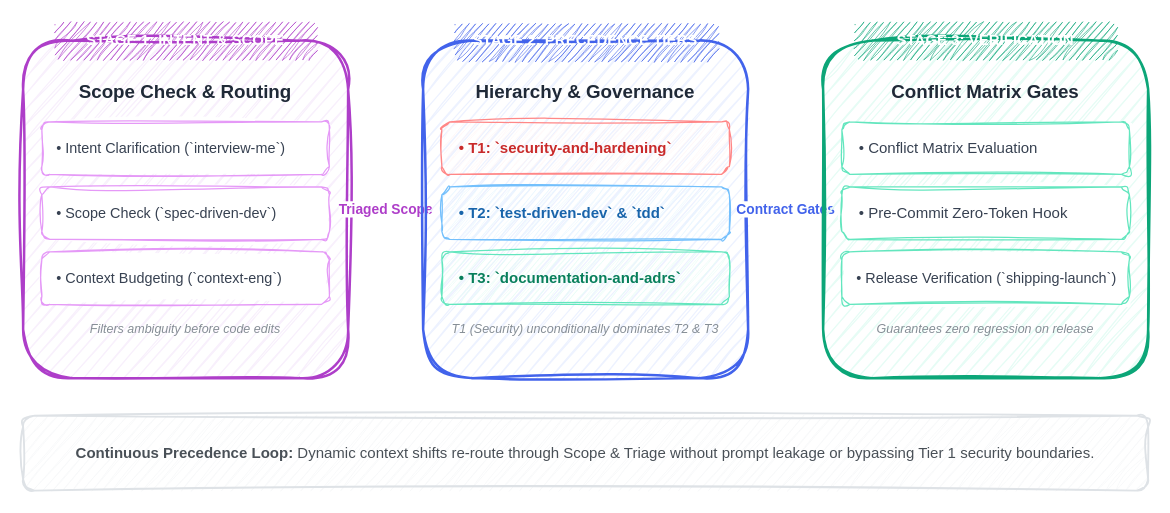
Earlier version of the draw.io diagram public/diagrams/scenario-prioritization-architecture.drawio (samuelek25k/samuelj90.github.io). Source tidied: cells renumbered, new cells numbered last; positions are measured from the earlier drawing's top-left corner, leaving out a move shared by most shapes. Both pictures are drawn from the tidied source at 125%, with x=0, y=0 at pixel (22, 21).
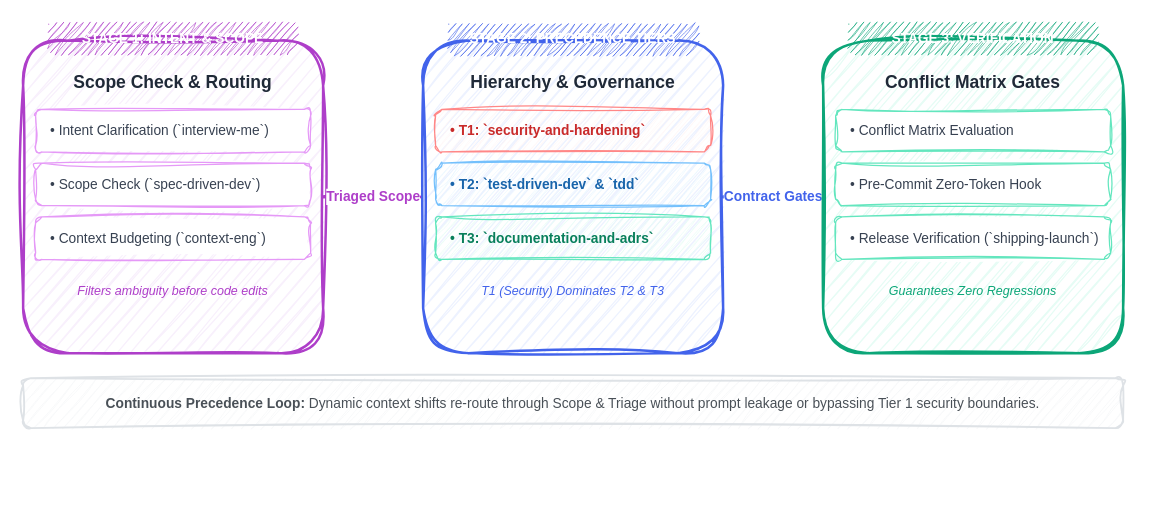
The same diagram, later.

Commit message (it also covers changes not shown here):
fix(diagrams): fix readability by standardizing aspect ratio, font sizes, and layout to 960x380 spec

The edit, as a diff of the source:
```diff
@@
     <mxCell id="2" style="rounded=1;whiteSpace=wrap;html=1;sketch=1;curveFitting=1;jiggle=2;fillColor=#f8f0fc;strokeColor=#ae3ec9;strokeWidth=2;shadow=0;" parent="1" vertex="1">
-      <mxGeometry y="15" width="260" height="270" as="geometry" />
+      <mxGeometry y="15" width="240" height="250" as="geometry" />
     </mxCell>
-    <mxCell id="3" value="STAGE 1: INTENT &amp; SCOPE" style="rounded=1;whiteSpace=wrap;html=1;sketch=1;curveFitting=1;jiggle=2;fillColor=#ae3ec9;strokeColor=none;fontColor=#ffffff;fontStyle=1;fontSize=12;fontFamily=Helvetica;" parent="1" vertex="1">
-      <mxGeometry x="25" width="210" height="30" as="geometry" />
+    <mxCell id="3" value="STAGE 1: INTENT &amp; SCOPE" style="rounded=1;whiteSpace=wrap;html=1;sketch=1;curveFitting=1;jiggle=2;fillColor=#ae3ec9;strokeColor=none;fontColor=#ffffff;fontStyle=1;fontSize=11;fontFamily=Helvetica;" parent="1" vertex="1">
+      <mxGeometry x="20" width="200" height="26" as="geometry" />
     </mxCell>
-    <mxCell id="4" value="&lt;b&gt;Scope Check &amp; Routing&lt;/b&gt;" style="text;html=1;strokeColor=none;fillColor=none;align=center;verticalAlign=middle;whiteSpace=wrap;rounded=0;fontSize=15;fontFamily=Helvetica;fontColor=#1f2937;" parent="1" vertex="1">
-      <mxGeometry x="20" y="40" width="220" height="30" as="geometry" />
+    <mxCell id="4" value="&lt;b&gt;Scope Check &amp; Routing&lt;/b&gt;" style="text;html=1;strokeColor=none;fillColor=none;align=center;verticalAlign=middle;whiteSpace=wrap;rounded=0;fontSize=14;fontFamily=Helvetica;fontColor=#1f2937;" parent="1" vertex="1">
+      <mxGeometry x="10" y="35" width="220" height="25" as="geometry" />
     </mxCell>
-    <mxCell id="5" value="• Intent Clarification (`interview-me`)" style="rounded=1;whiteSpace=wrap;html=1;sketch=1;curveFitting=1;jiggle=2;fillColor=#ffffff;strokeColor=#e599f7;fontSize=11.5;align=left;spacingLeft=10;fontFamily=Helvetica;fontColor=#374151;" parent="1" vertex="1">
-      <mxGeometry x="15" y="80" width="230" height="42" as="geometry" />
+    <mxCell id="5" value="• Intent Clarification (`interview-me`)" style="rounded=1;whiteSpace=wrap;html=1;sketch=1;curveFitting=1;jiggle=2;fillColor=#ffffff;strokeColor=#e599f7;fontSize=11;align=left;spacingLeft=10;fontFamily=Helvetica;fontColor=#374151;" parent="1" vertex="1">
+      <mxGeometry x="10" y="70" width="220" height="34" as="geometry" />
     </mxCell>
-    <mxCell id="6" value="• Scope Check (`spec-driven-dev`)" style="rounded=1;whiteSpace=wrap;html=1;sketch=1;curveFitting=1;jiggle=2;fillColor=#ffffff;strokeColor=#e599f7;fontSize=11.5;align=left;spacingLeft=10;fontFamily=Helvetica;fontColor=#374151;" parent="1" vertex="1">
-      <mxGeometry x="15" y="132" width="230" height="42" as="geometry" />
+    <mxCell id="6" value="• Scope Check (`spec-driven-dev`)" style="rounded=1;whiteSpace=wrap;html=1;sketch=1;curveFitting=1;jiggle=2;fillColor=#ffffff;strokeColor=#e599f7;fontSize=11;align=left;spacingLeft=10;fontFamily=Helvetica;fontColor=#374151;" parent="1" vertex="1">
+      <mxGeometry x="10" y="113" width="220" height="34" as="geometry" />
     </mxCell>
-    <mxCell id="7" value="• Context Budgeting (`context-eng`)" style="rounded=1;whiteSpace=wrap;html=1;sketch=1;curveFitting=1;jiggle=2;fillColor=#ffffff;strokeColor=#e599f7;fontSize=11.5;align=left;spacingLeft=10;fontFamily=Helvetica;fontColor=#374151;" parent="1" vertex="1">
-      <mxGeometry x="15" y="184" width="230" height="42" as="geometry" />
+    <mxCell id="7" value="• Context Budgeting (`context-eng`)" style="rounded=1;whiteSpace=wrap;html=1;sketch=1;curveFitting=1;jiggle=2;fillColor=#ffffff;strokeColor=#e599f7;fontSize=11;align=left;spacingLeft=10;fontFamily=Helvetica;fontColor=#374151;" parent="1" vertex="1">
+      <mxGeometry x="10" y="156" width="220" height="34" as="geometry" />
     </mxCell>
-    <mxCell id="8" value="Filters ambiguity before code edits" style="text;html=1;strokeColor=none;fillColor=none;align=center;verticalAlign=middle;whiteSpace=wrap;rounded=0;fontSize=10;fontFamily=Helvetica;fontColor=#868e96;fontStyle=2;" parent="1" vertex="1">
-      <mxGeometry x="20" y="235" width="220" height="20" as="geometry" />
+    <mxCell id="8" value="Filters ambiguity before code edits" style="text;html=1;strokeColor=none;fillColor=none;align=center;verticalAlign=middle;whiteSpace=wrap;rounded=0;fontSize=10;fontColor=#ae3ec9;fontStyle=2;fontFamily=Helvetica;" parent="1" vertex="1">
+      <mxGeometry x="10" y="205" width="220" height="20" as="geometry" />
     </mxCell>
@@
     <mxCell id="10" style="rounded=1;whiteSpace=wrap;html=1;sketch=1;curveFitting=1;jiggle=2;fillColor=#edf2ff;strokeColor=#4263eb;strokeWidth=2;shadow=0;" parent="1" vertex="1">
-      <mxGeometry x="320" y="15" width="260" height="270" as="geometry" />
+      <mxGeometry x="320" y="15" width="240" height="250" as="geometry" />
     </mxCell>
-    <mxCell id="11" value="STAGE 2: PRECEDENCE TIERS" style="rounded=1;whiteSpace=wrap;html=1;sketch=1;curveFitting=1;jiggle=2;fillColor=#4263eb;strokeColor=none;fontColor=#ffffff;fontStyle=1;fontSize=12;fontFamily=Helvetica;" parent="1" vertex="1">
-      <mxGeometry x="345" width="210" height="30" as="geometry" />
+    <mxCell id="11" value="STAGE 2: PRECEDENCE TIERS" style="rounded=1;whiteSpace=wrap;html=1;sketch=1;curveFitting=1;jiggle=2;fillColor=#4263eb;strokeColor=none;fontColor=#ffffff;fontStyle=1;fontSize=11;fontFamily=Helvetica;" parent="1" vertex="1">
+      <mxGeometry x="340" width="200" height="26" as="geometry" />
     </mxCell>
-    <mxCell id="12" value="&lt;b&gt;Hierarchy &amp; Governance&lt;/b&gt;" style="text;html=1;strokeColor=none;fillColor=none;align=center;verticalAlign=middle;whiteSpace=wrap;rounded=0;fontSize=15;fontFamily=Helvetica;fontColor=#1f2937;" parent="1" vertex="1">
-      <mxGeometry x="340" y="40" width="220" height="30" as="geometry" />
+    <mxCell id="12" value="&lt;b&gt;Hierarchy &amp; Governance&lt;/b&gt;" style="text;html=1;strokeColor=none;fillColor=none;align=center;verticalAlign=middle;whiteSpace=wrap;rounded=0;fontSize=14;fontFamily=Helvetica;fontColor=#1f2937;" parent="1" vertex="1">
+      <mxGeometry x="330" y="35" width="220" height="25" as="geometry" />
     </mxCell>
-    <mxCell id="13" value="• T1: `security-and-hardening`" style="rounded=1;whiteSpace=wrap;html=1;sketch=1;curveFitting=1;jiggle=2;fillColor=#fff5f5;strokeColor=#ff8787;fontSize=12;align=left;spacingLeft=12;fontFamily=Helvetica;fontColor=#c92a2a;fontStyle=1;" parent="1" vertex="1">
-      <mxGeometry x="335" y="80" width="230" height="42" as="geometry" />
+    <mxCell id="13" value="• T1: `security-and-hardening`" style="rounded=1;whiteSpace=wrap;html=1;sketch=1;curveFitting=1;jiggle=2;fillColor=#fff5f5;strokeColor=#ff8787;fontSize=11;align=left;spacingLeft=10;fontFamily=Helvetica;fontColor=#c92a2a;fontStyle=1;" parent="1" vertex="1">
+      <mxGeometry x="330" y="70" width="220" height="34" as="geometry" />
     </mxCell>
-    <mxCell id="14" value="• T2: `test-driven-dev` &amp; `tdd`" style="rounded=1;whiteSpace=wrap;html=1;sketch=1;curveFitting=1;jiggle=2;fillColor=#e7f5ff;strokeColor=#74c0fc;fontSize=12;align=left;spacingLeft=12;fontFamily=Helvetica;fontColor=#1864ab;fontStyle=1;" parent="1" vertex="1">
-      <mxGeometry x="335" y="132" width="230" height="42" as="geometry" />
+    <mxCell id="14" value="• T2: `test-driven-dev` &amp; `tdd`" style="rounded=1;whiteSpace=wrap;html=1;sketch=1;curveFitting=1;jiggle=2;fillColor=#e7f5ff;strokeColor=#74c0fc;fontSize=11;align=left;spacingLeft=10;fontFamily=Helvetica;fontColor=#1864ab;fontStyle=1;" parent="1" vertex="1">
+      <mxGeometry x="330" y="113" width="220" height="34" as="geometry" />
     </mxCell>
-    <mxCell id="15" value="• T3: `documentation-and-adrs`" style="rounded=1;whiteSpace=wrap;html=1;sketch=1;curveFitting=1;jiggle=2;fillColor=#e6fcf5;strokeColor=#63e6be;fontSize=12;align=left;spacingLeft=12;fontFamily=Helvetica;fontColor=#087f5b;fontStyle=1;" parent="1" vertex="1">
-      <mxGeometry x="335" y="184" width="230" height="42" as="geometry" />
+    <mxCell id="15" value="• T3: `documentation-and-adrs`" style="rounded=1;whiteSpace=wrap;html=1;sketch=1;curveFitting=1;jiggle=2;fillColor=#e6fcf5;strokeColor=#63e6be;fontSize=11;align=left;spacingLeft=10;fontFamily=Helvetica;fontColor=#087f5b;fontStyle=1;" parent="1" vertex="1">
+      <mxGeometry x="330" y="156" width="220" height="34" as="geometry" />
     </mxCell>
-    <mxCell id="16" value="T1 (Security) unconditionally dominates T2 &amp; T3" style="text;html=1;strokeColor=none;fillColor=none;align=center;verticalAlign=middle;whiteSpace=wrap;rounded=0;fontSize=10;fontFamily=Helvetica;fontColor=#868e96;fontStyle=2;" parent="1" vertex="1">
-      <mxGeometry x="340" y="235" width="220" height="20" as="geometry" />
-    </mxCell>
+    <mxCell id="27" value="T1 (Security) Dominates T2 &amp; T3" style="text;html=1;strokeColor=none;fillColor=none;align=center;verticalAlign=middle;whiteSpace=wrap;rounded=0;fontSize=10;fontColor=#4263eb;fontStyle=2;fontFamily=Helvetica;" parent="1" vertex="1">
+      <mxGeometry x="330" y="205" width="220" height="20" as="geometry" />
+    </mxCell>
@@
     <mxCell id="18" style="rounded=1;whiteSpace=wrap;html=1;sketch=1;curveFitting=1;jiggle=2;fillColor=#e6fcf5;strokeColor=#0ca678;strokeWidth=2;shadow=0;" parent="1" vertex="1">
-      <mxGeometry x="640" y="15" width="260" height="270" as="geometry" />
+      <mxGeometry x="640" y="15" width="240" height="250" as="geometry" />
     </mxCell>
-    <mxCell id="19" value="STAGE 3: VERIFICATION" style="rounded=1;whiteSpace=wrap;html=1;sketch=1;curveFitting=1;jiggle=2;fillColor=#0ca678;strokeColor=none;fontColor=#ffffff;fontStyle=1;fontSize=12;fontFamily=Helvetica;" parent="1" vertex="1">
-      <mxGeometry x="665" width="210" height="30" as="geometry" />
+    <mxCell id="19" value="STAGE 3: VERIFICATION" style="rounded=1;whiteSpace=wrap;html=1;sketch=1;curveFitting=1;jiggle=2;fillColor=#0ca678;strokeColor=none;fontColor=#ffffff;fontStyle=1;fontSize=11;fontFamily=Helvetica;" parent="1" vertex="1">
+      <mxGeometry x="660" width="200" height="26" as="geometry" />
     </mxCell>
-    <mxCell id="20" value="&lt;b&gt;Conflict Matrix Gates&lt;/b&gt;" style="text;html=1;strokeColor=none;fillColor=none;align=center;verticalAlign=middle;whiteSpace=wrap;rounded=0;fontSize=15;fontFamily=Helvetica;fontColor=#1f2937;" parent="1" vertex="1">
-      <mxGeometry x="660" y="40" width="220" height="30" as="geometry" />
+    <mxCell id="20" value="&lt;b&gt;Conflict Matrix Gates&lt;/b&gt;" style="text;html=1;strokeColor=none;fillColor=none;align=center;verticalAlign=middle;whiteSpace=wrap;rounded=0;fontSize=14;fontFamily=Helvetica;fontColor=#1f2937;" parent="1" vertex="1">
+      <mxGeometry x="650" y="35" width="220" height="25" as="geometry" />
     </mxCell>
-    <mxCell id="21" value="• Conflict Matrix Evaluation" style="rounded=1;whiteSpace=wrap;html=1;sketch=1;curveFitting=1;jiggle=2;fillColor=#ffffff;strokeColor=#63e6be;fontSize=12;align=left;spacingLeft=12;fontFamily=Helvetica;fontColor=#374151;" parent="1" vertex="1">
-      <mxGeometry x="655" y="80" width="230" height="42" as="geometry" />
+    <mxCell id="21" value="• Conflict Matrix Evaluation" style="rounded=1;whiteSpace=wrap;html=1;sketch=1;curveFitting=1;jiggle=2;fillColor=#ffffff;strokeColor=#63e6be;fontSize=11;align=left;spacingLeft=10;fontFamily=Helvetica;fontColor=#374151;" parent="1" vertex="1">
+      <mxGeometry x="650" y="70" width="220" height="34" as="geometry" />
     </mxCell>
-    <mxCell id="22" value="• Pre-Commit Zero-Token Hook" style="rounded=1;whiteSpace=wrap;html=1;sketch=1;curveFitting=1;jiggle=2;fillColor=#ffffff;strokeColor=#63e6be;fontSize=12;align=left;spacingLeft=12;fontFamily=Helvetica;fontColor=#374151;" parent="1" vertex="1">
-      <mxGeometry x="655" y="132" width="230" height="42" as="geometry" />
+    <mxCell id="22" value="• Pre-Commit Zero-Token Hook" style="rounded=1;whiteSpace=wrap;html=1;sketch=1;curveFitting=1;jiggle=2;fillColor=#ffffff;strokeColor=#63e6be;fontSize=11;align=left;spacingLeft=10;fontFamily=Helvetica;fontColor=#374151;" parent="1" vertex="1">
+      <mxGeometry x="650" y="113" width="220" height="34" as="geometry" />
     </mxCell>
-    <mxCell id="23" value="• Release Verification (`shipping-launch`)" style="rounded=1;whiteSpace=wrap;html=1;sketch=1;curveFitting=1;jiggle=2;fillColor=#ffffff;strokeColor=#63e6be;fontSize=11.5;align=left;spacingLeft=10;fontFamily=Helvetica;fontColor=#374151;" parent="1" vertex="1">
-      <mxGeometry x="655" y="184" width="230" height="42" as="geometry" />
+    <mxCell id="23" value="• Release Verification (`shipping-launch`)" style="rounded=1;whiteSpace=wrap;html=1;sketch=1;curveFitting=1;jiggle=2;fillColor=#ffffff;strokeColor=#63e6be;fontSize=11;align=left;spacingLeft=10;fontFamily=Helvetica;fontColor=#374151;" parent="1" vertex="1">
+      <mxGeometry x="650" y="156" width="220" height="34" as="geometry" />
     </mxCell>
-    <mxCell id="24" value="Guarantees zero regression on release" style="text;html=1;strokeColor=none;fillColor=none;align=center;verticalAlign=middle;whiteSpace=wrap;rounded=0;fontSize=10;fontFamily=Helvetica;fontColor=#868e96;fontStyle=2;" parent="1" vertex="1">
-      <mxGeometry x="660" y="235" width="220" height="20" as="geometry" />
-    </mxCell>
+    <mxCell id="28" value="Guarantees Zero Regressions" style="text;html=1;strokeColor=none;fillColor=none;align=center;verticalAlign=middle;whiteSpace=wrap;rounded=0;fontSize=10;fontColor=#0ca678;fontStyle=2;fontFamily=Helvetica;" parent="1" vertex="1">
+      <mxGeometry x="650" y="205" width="220" height="20" as="geometry" />
+    </mxCell>
     <mxCell id="25" style="rounded=1;whiteSpace=wrap;html=1;sketch=1;curveFitting=1;jiggle=2;fillColor=#f8f9fa;strokeColor=#dee2e6;strokeWidth=1.5;" parent="1" vertex="1">
-      <mxGeometry y="315" width="900" height="60" as="geometry" />
+      <mxGeometry y="285" width="880" height="40" as="geometry" />
     </mxCell>
-    <mxCell id="26" value="&lt;b&gt;Continuous Precedence Loop:&lt;/b&gt; Dynamic context shifts re-route through Scope &amp; Triage without prompt leakage or bypassing Tier 1 security boundaries." style="text;html=1;strokeColor=none;fillColor=none;align=center;verticalAlign=middle;whiteSpace=wrap;rounded=0;fontSize=12;fontFamily=Helvetica;fontColor=#495057;" parent="1" vertex="1">
-      <mxGeometry x="10" y="320" width="880" height="50" as="geometry" />
+    <mxCell id="26" value="&lt;b&gt;Continuous Precedence Loop:&lt;/b&gt; Dynamic context shifts re-route through Scope &amp;amp; Triage without prompt leakage or bypassing Tier 1 security boundaries." style="text;html=1;strokeColor=none;fillColor=none;align=center;verticalAlign=middle;whiteSpace=wrap;rounded=0;fontSize=11;fontFamily=Helvetica;fontColor=#495057;" parent="1" vertex="1">
+      <mxGeometry x="10" y="290" width="860" height="30" as="geometry" />
     </mxCell>
```
